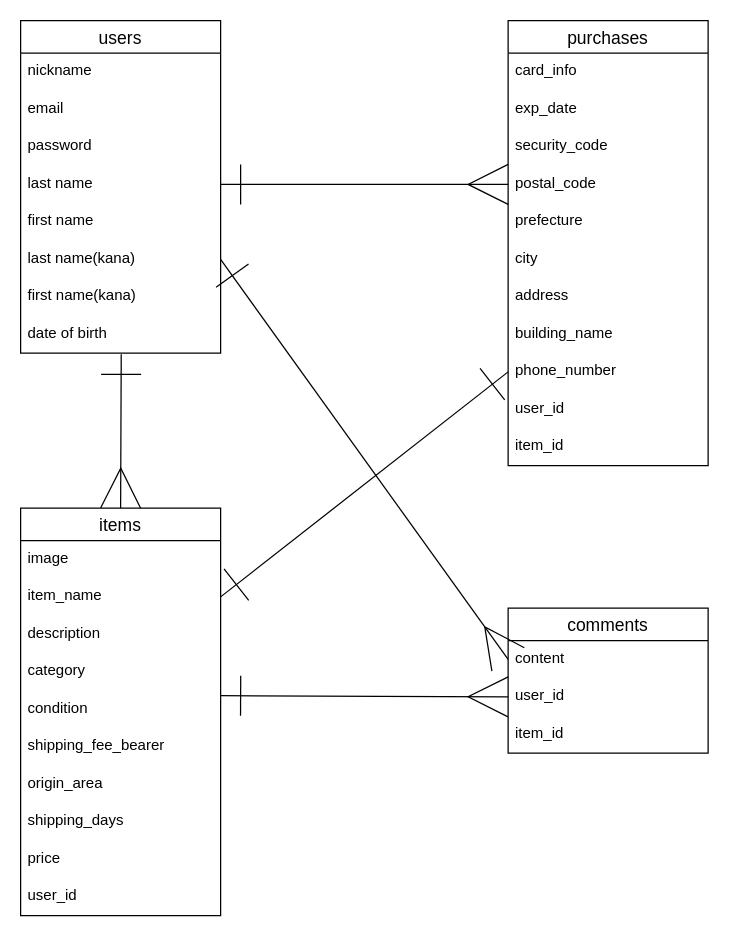
This is ER.dio from ggjdp668/furima-40364, a draw.io file, before an edit. Source tidied: cells renumbered, new cells numbered last; positions are measured from the earlier drawing's top-left corner, leaving out a move shared by most shapes. Both pictures are drawn from the tidied source at 125%, with x=0, y=0 at pixel (20, 20).
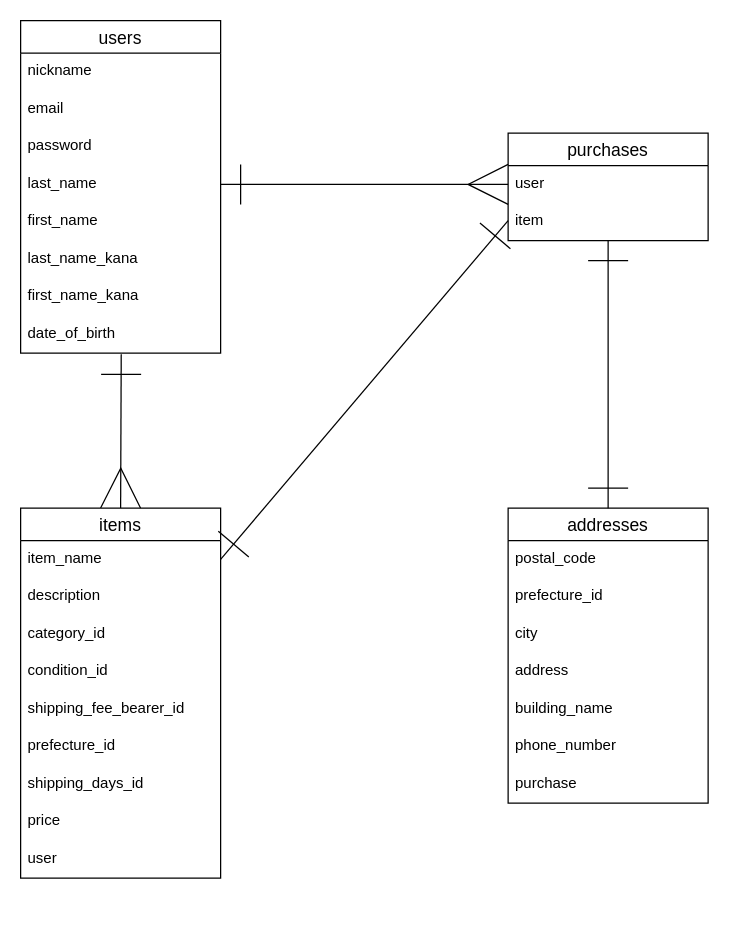
After the change.

Commit message (it also covers changes not shown here):
データベース設計 修正1

Unchanged cells that the change refers to:
```xml
<mxCell id="2" value="users" style="swimlane;fontStyle=0;horizontal=1;startSize=26;align=center;fontSize=14;" parent="1" vertex="1">
  <mxGeometry width="160" height="266" as="geometry" />
</mxCell>
```

The edit, as a diff of the source:
```diff
@@
-    <mxCell id="6" value="last name" style="text;strokeColor=none;fillColor=none;spacingLeft=4;spacingRight=4;overflow=hidden;points=[[0,0.5],[1,0.5]];portConstraint=eastwest;fontSize=12;" parent="2" vertex="1">
+    <mxCell id="6" value="last_name" style="text;strokeColor=none;fillColor=none;spacingLeft=4;spacingRight=4;overflow=hidden;points=[[0,0.5],[1,0.5]];portConstraint=eastwest;fontSize=12;" parent="2" vertex="1">
       <mxGeometry y="116" width="160" height="30" as="geometry" />
     </mxCell>
-    <mxCell id="7" value="first name" style="text;strokeColor=none;fillColor=none;spacingLeft=4;spacingRight=4;overflow=hidden;fontSize=12;" parent="2" vertex="1">
+    <mxCell id="7" value="first_name" style="text;strokeColor=none;fillColor=none;spacingLeft=4;spacingRight=4;overflow=hidden;fontSize=12;" parent="2" vertex="1">
       <mxGeometry y="146" width="160" height="30" as="geometry" />
     </mxCell>
-    <mxCell id="8" value="last name(kana)" style="text;strokeColor=none;fillColor=none;spacingLeft=4;spacingRight=4;overflow=hidden;points=[[0,0.5],[1,0.5]];portConstraint=eastwest;fontSize=12;" parent="2" vertex="1">
+    <mxCell id="8" value="last_name_kana" style="text;strokeColor=none;fillColor=none;spacingLeft=4;spacingRight=4;overflow=hidden;points=[[0,0.5],[1,0.5]];portConstraint=eastwest;fontSize=12;" parent="2" vertex="1">
       <mxGeometry y="176" width="160" height="30" as="geometry" />
     </mxCell>
-    <mxCell id="9" value="first name(kana)" style="text;strokeColor=none;fillColor=none;spacingLeft=4;spacingRight=4;overflow=hidden;fontSize=12;" parent="2" vertex="1">
+    <mxCell id="9" value="first_name_kana" style="text;strokeColor=none;fillColor=none;spacingLeft=4;spacingRight=4;overflow=hidden;fontSize=12;" parent="2" vertex="1">
       <mxGeometry y="206" width="160" height="30" as="geometry" />
     </mxCell>
-    <mxCell id="10" value="date of birth" style="text;strokeColor=none;fillColor=none;spacingLeft=4;spacingRight=4;overflow=hidden;points=[[0,0.5],[1,0.5]];portConstraint=eastwest;fontSize=12;" parent="2" vertex="1">
+    <mxCell id="10" value="date_of_birth" style="text;strokeColor=none;fillColor=none;spacingLeft=4;spacingRight=4;overflow=hidden;points=[[0,0.5],[1,0.5]];portConstraint=eastwest;fontSize=12;" parent="2" vertex="1">
       <mxGeometry y="236" width="160" height="30" as="geometry" />
     </mxCell>
@@
     <mxCell id="12" value="items" style="swimlane;fontStyle=0;horizontal=1;startSize=26;align=center;fontSize=14;" parent="1" vertex="1">
-      <mxGeometry y="390" width="160" height="326" as="geometry" />
+      <mxGeometry y="390" width="160" height="296" as="geometry" />
     </mxCell>
-    <mxCell id="13" value="image" style="text;strokeColor=none;fillColor=none;spacingLeft=4;spacingRight=4;overflow=hidden;fontSize=12;" parent="12" vertex="1">
-      <mxGeometry y="26" width="160" height="30" as="geometry" />
-    </mxCell>
     <mxCell id="14" value="item_name" style="text;strokeColor=none;fillColor=none;spacingLeft=4;spacingRight=4;overflow=hidden;points=[[0,0.5],[1,0.5]];portConstraint=eastwest;fontSize=12;" parent="12" vertex="1">
-      <mxGeometry y="56" width="160" height="30" as="geometry" />
+      <mxGeometry y="26" width="160" height="30" as="geometry" />
     </mxCell>
     <mxCell id="15" value="description" style="text;strokeColor=none;fillColor=none;spacingLeft=4;spacingRight=4;overflow=hidden;fontSize=12;" parent="12" vertex="1">
-      <mxGeometry y="86" width="160" height="30" as="geometry" />
+      <mxGeometry y="56" width="160" height="30" as="geometry" />
     </mxCell>
-    <mxCell id="16" value="category" style="text;strokeColor=none;fillColor=none;spacingLeft=4;spacingRight=4;overflow=hidden;fontSize=12;" parent="12" vertex="1">
-      <mxGeometry y="116" width="160" height="30" as="geometry" />
+    <mxCell id="16" value="category_id" style="text;strokeColor=none;fillColor=none;spacingLeft=4;spacingRight=4;overflow=hidden;fontSize=12;" parent="12" vertex="1">
+      <mxGeometry y="86" width="160" height="30" as="geometry" />
     </mxCell>
-    <mxCell id="17" value="condition" style="text;strokeColor=none;fillColor=none;spacingLeft=4;spacingRight=4;overflow=hidden;fontSize=12;" parent="12" vertex="1">
-      <mxGeometry y="146" width="160" height="30" as="geometry" />
+    <mxCell id="17" value="condition_id" style="text;strokeColor=none;fillColor=none;spacingLeft=4;spacingRight=4;overflow=hidden;fontSize=12;" parent="12" vertex="1">
+      <mxGeometry y="116" width="160" height="30" as="geometry" />
     </mxCell>
-    <mxCell id="18" value="shipping_fee_bearer" style="text;strokeColor=none;fillColor=none;spacingLeft=4;spacingRight=4;overflow=hidden;fontSize=12;" parent="12" vertex="1">
-      <mxGeometry y="176" width="160" height="30" as="geometry" />
+    <mxCell id="18" value="shipping_fee_bearer_id" style="text;strokeColor=none;fillColor=none;spacingLeft=4;spacingRight=4;overflow=hidden;fontSize=12;" parent="12" vertex="1">
+      <mxGeometry y="146" width="160" height="30" as="geometry" />
     </mxCell>
-    <mxCell id="19" value="origin_area" style="text;strokeColor=none;fillColor=none;spacingLeft=4;spacingRight=4;overflow=hidden;fontSize=12;" parent="12" vertex="1">
-      <mxGeometry y="206" width="160" height="30" as="geometry" />
+    <mxCell id="19" value="prefecture_id" style="text;strokeColor=none;fillColor=none;spacingLeft=4;spacingRight=4;overflow=hidden;fontSize=12;" parent="12" vertex="1">
+      <mxGeometry y="176" width="160" height="30" as="geometry" />
     </mxCell>
-    <mxCell id="20" value="shipping_days" style="text;strokeColor=none;fillColor=none;spacingLeft=4;spacingRight=4;overflow=hidden;fontSize=12;" parent="12" vertex="1">
-      <mxGeometry y="236" width="160" height="30" as="geometry" />
+    <mxCell id="20" value="shipping_days_id" style="text;strokeColor=none;fillColor=none;spacingLeft=4;spacingRight=4;overflow=hidden;fontSize=12;" parent="12" vertex="1">
+      <mxGeometry y="206" width="160" height="30" as="geometry" />
     </mxCell>
     <mxCell id="21" value="price" style="text;strokeColor=none;fillColor=none;spacingLeft=4;spacingRight=4;overflow=hidden;fontSize=12;" parent="12" vertex="1">
-      <mxGeometry y="266" width="160" height="30" as="geometry" />
+      <mxGeometry y="236" width="160" height="30" as="geometry" />
     </mxCell>
-    <mxCell id="22" value="user_id" style="text;strokeColor=none;fillColor=none;spacingLeft=4;spacingRight=4;overflow=hidden;fontSize=12;" parent="12" vertex="1">
-      <mxGeometry y="296" width="160" height="30" as="geometry" />
+    <mxCell id="22" value="user" style="text;strokeColor=none;fillColor=none;spacingLeft=4;spacingRight=4;overflow=hidden;fontSize=12;" parent="12" vertex="1">
+      <mxGeometry y="266" width="160" height="30" as="geometry" />
     </mxCell>
-    <mxCell id="23" value="comments" style="swimlane;fontStyle=0;horizontal=1;startSize=26;align=center;fontSize=14;" parent="1" vertex="1">
-      <mxGeometry x="390" y="470" width="160" height="116" as="geometry" />
+    <mxCell id="23" value="purchases" style="swimlane;fontStyle=0;horizontal=1;startSize=26;align=center;fontSize=14;" parent="1" vertex="1">
+      <mxGeometry x="390" y="90" width="160" height="86" as="geometry" />
     </mxCell>
-    <mxCell id="24" value="content" style="text;strokeColor=none;fillColor=none;spacingLeft=4;spacingRight=4;overflow=hidden;points=[[0,0.5],[1,0.5]];portConstraint=eastwest;fontSize=12;" parent="23" vertex="1">
-      <mxGeometry y="26" width="160" height="30" as="geometry" />
-    </mxCell>
-    <mxCell id="25" value="user_id" style="text;strokeColor=none;fillColor=none;spacingLeft=4;spacingRight=4;overflow=hidden;points=[[0,0.5],[1,0.5]];portConstraint=eastwest;fontSize=12;" parent="23" vertex="1">
-      <mxGeometry y="56" width="160" height="30" as="geometry" />
+    <mxCell id="25" value="user" style="text;strokeColor=none;fillColor=none;spacingLeft=4;spacingRight=4;overflow=hidden;points=[[0,0.5],[1,0.5]];portConstraint=eastwest;fontSize=12;" parent="23" vertex="1">
+      <mxGeometry y="26" width="160" height="30" as="geometry" />
     </mxCell>
-    <mxCell id="26" value="item_id" style="text;strokeColor=none;fillColor=none;spacingLeft=4;spacingRight=4;overflow=hidden;fontSize=12;" parent="23" vertex="1">
-      <mxGeometry y="86" width="160" height="30" as="geometry" />
+    <mxCell id="26" value="item" style="text;strokeColor=none;fillColor=none;spacingLeft=4;spacingRight=4;overflow=hidden;fontSize=12;" parent="23" vertex="1">
+      <mxGeometry y="56" width="160" height="30" as="geometry" />
     </mxCell>
-    <mxCell id="27" value="purchases" style="swimlane;fontStyle=0;horizontal=1;startSize=26;align=center;fontSize=14;" parent="1" vertex="1">
-      <mxGeometry x="390" width="160" height="356" as="geometry" />
+    <mxCell id="27" value="addresses" style="swimlane;fontStyle=0;horizontal=1;startSize=26;align=center;fontSize=14;" parent="1" vertex="1">
+      <mxGeometry x="390" y="390" width="160" height="236" as="geometry" />
     </mxCell>
-    <mxCell id="28" value="card_info" style="text;strokeColor=none;fillColor=none;spacingLeft=4;spacingRight=4;overflow=hidden;fontSize=12;" parent="27" vertex="1">
-      <mxGeometry y="26" width="160" height="30" as="geometry" />
-    </mxCell>
-    <mxCell id="29" value="exp_date" style="text;strokeColor=none;fillColor=none;spacingLeft=4;spacingRight=4;overflow=hidden;fontSize=12;" parent="27" vertex="1">
-      <mxGeometry y="56" width="160" height="30" as="geometry" />
-    </mxCell>
-    <mxCell id="30" value="security_code" style="text;strokeColor=none;fillColor=none;spacingLeft=4;spacingRight=4;overflow=hidden;fontSize=12;" parent="27" vertex="1">
-      <mxGeometry y="86" width="160" height="30" as="geometry" />
-    </mxCell>
     <mxCell id="31" value="postal_code" style="text;strokeColor=none;fillColor=none;spacingLeft=4;spacingRight=4;overflow=hidden;points=[[0,0.5],[1,0.5]];portConstraint=eastwest;fontSize=12;" parent="27" vertex="1">
-      <mxGeometry y="116" width="160" height="30" as="geometry" />
+      <mxGeometry y="26" width="160" height="30" as="geometry" />
     </mxCell>
-    <mxCell id="32" value="prefecture" style="text;strokeColor=none;fillColor=none;spacingLeft=4;spacingRight=4;overflow=hidden;fontSize=12;" parent="27" vertex="1">
-      <mxGeometry y="146" width="160" height="30" as="geometry" />
+    <mxCell id="32" value="prefecture_id" style="text;strokeColor=none;fillColor=none;spacingLeft=4;spacingRight=4;overflow=hidden;fontSize=12;" parent="27" vertex="1">
+      <mxGeometry y="56" width="160" height="30" as="geometry" />
     </mxCell>
     <mxCell id="33" value="city" style="text;strokeColor=none;fillColor=none;spacingLeft=4;spacingRight=4;overflow=hidden;fontSize=12;" parent="27" vertex="1">
-      <mxGeometry y="176" width="160" height="30" as="geometry" />
+      <mxGeometry y="86" width="160" height="30" as="geometry" />
     </mxCell>
     <mxCell id="34" value="address" style="text;strokeColor=none;fillColor=none;spacingLeft=4;spacingRight=4;overflow=hidden;fontSize=12;" parent="27" vertex="1">
-      <mxGeometry y="206" width="160" height="30" as="geometry" />
+      <mxGeometry y="116" width="160" height="30" as="geometry" />
     </mxCell>
     <mxCell id="35" value="building_name" style="text;strokeColor=none;fillColor=none;spacingLeft=4;spacingRight=4;overflow=hidden;fontSize=12;" parent="27" vertex="1">
-      <mxGeometry y="236" width="160" height="30" as="geometry" />
+      <mxGeometry y="146" width="160" height="30" as="geometry" />
     </mxCell>
     <mxCell id="36" value="phone_number" style="text;strokeColor=none;fillColor=none;spacingLeft=4;spacingRight=4;overflow=hidden;points=[[0,0.5],[1,0.5]];portConstraint=eastwest;fontSize=12;" parent="27" vertex="1">
-      <mxGeometry y="266" width="160" height="30" as="geometry" />
+      <mxGeometry y="176" width="160" height="30" as="geometry" />
     </mxCell>
-    <mxCell id="37" value="user_id" style="text;strokeColor=none;fillColor=none;spacingLeft=4;spacingRight=4;overflow=hidden;fontSize=12;" parent="27" vertex="1">
-      <mxGeometry y="296" width="160" height="30" as="geometry" />
+    <mxCell id="37" value="purchase" style="text;strokeColor=none;fillColor=none;spacingLeft=4;spacingRight=4;overflow=hidden;fontSize=12;" parent="27" vertex="1">
+      <mxGeometry y="206" width="160" height="30" as="geometry" />
     </mxCell>
-    <mxCell id="38" value="item_id" style="text;strokeColor=none;fillColor=none;spacingLeft=4;spacingRight=4;overflow=hidden;fontSize=12;" parent="27" vertex="1">
-      <mxGeometry y="326" width="160" height="30" as="geometry" />
-    </mxCell>
-    <mxCell id="39" style="edgeStyle=none;html=1;exitX=1;exitY=0.5;exitDx=0;exitDy=0;entryX=0;entryY=0.5;entryDx=0;entryDy=0;startArrow=ERone;startFill=0;startSize=30;endArrow=ERmany;endFill=0;endSize=30;" parent="1" edge="1" source="6" target="31">
+    <mxCell id="39" style="edgeStyle=none;html=1;exitX=1;exitY=0.5;exitDx=0;exitDy=0;startArrow=ERone;startFill=0;startSize=30;endArrow=ERmany;endFill=0;endSize=30;entryX=0;entryY=0.5;entryDx=0;entryDy=0;" parent="1" edge="1" source="6" target="25">
       <mxGeometry relative="1" as="geometry" />
     </mxCell>
-    <mxCell id="40" style="edgeStyle=none;html=1;exitX=0;exitY=0.5;exitDx=0;exitDy=0;startArrow=ERmany;startFill=0;endArrow=ERone;endFill=0;startSize=30;endSize=30;targetPerimeterSpacing=0;" parent="1" edge="1" source="25">
-      <mxGeometry relative="1" as="geometry">
-        <mxPoint x="160" y="540" as="targetPoint" />
-      </mxGeometry>
+    <mxCell id="40" style="edgeStyle=none;html=1;startArrow=ERone;startFill=0;endArrow=ERone;endFill=0;startSize=30;endSize=30;targetPerimeterSpacing=0;entryX=0.5;entryY=0;entryDx=0;entryDy=0;exitX=0.5;exitY=1;exitDx=0;exitDy=0;" parent="1" edge="1" source="23" target="27">
+      <mxGeometry relative="1" as="geometry" />
     </mxCell>
-    <mxCell id="41" style="edgeStyle=none;html=1;exitX=0;exitY=0.5;exitDx=0;exitDy=0;entryX=1;entryY=0.5;entryDx=0;entryDy=0;startArrow=ERone;startFill=0;endArrow=ERone;endFill=0;startSize=30;endSize=30;targetPerimeterSpacing=0;" parent="1" edge="1" source="36" target="14">
-      <mxGeometry relative="1" as="geometry" />
+    <mxCell id="41" style="edgeStyle=none;html=1;entryX=1;entryY=0.5;entryDx=0;entryDy=0;startArrow=ERone;startFill=0;endArrow=ERone;endFill=0;startSize=30;endSize=30;targetPerimeterSpacing=0;" parent="1" edge="1" target="14">
+      <mxGeometry relative="1" as="geometry">
+        <mxPoint x="390" y="160" as="sourcePoint" />
+      </mxGeometry>
     </mxCell>
-    <mxCell id="42" style="edgeStyle=none;html=1;exitX=1;exitY=0.5;exitDx=0;exitDy=0;entryX=0;entryY=0.5;entryDx=0;entryDy=0;startArrow=ERone;startFill=0;endArrow=ERmany;endFill=0;startSize=30;endSize=30;targetPerimeterSpacing=0;" parent="1" edge="1" source="8" target="24">
-      <mxGeometry relative="1" as="geometry" />
-    </mxCell>
```
